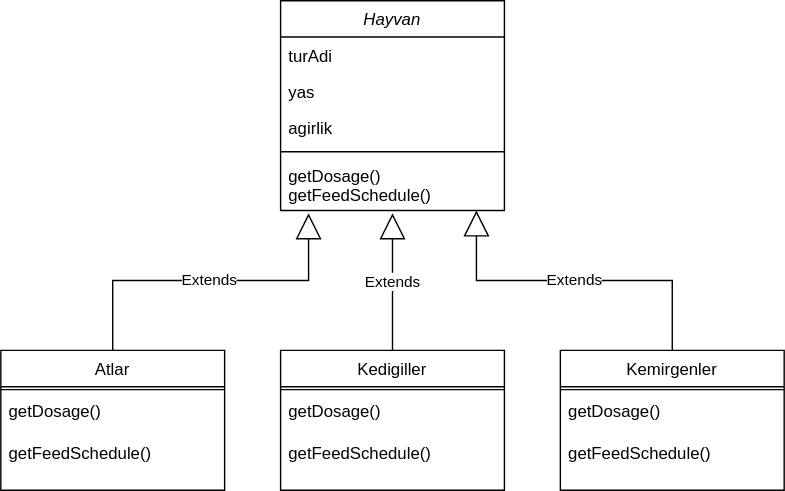
Before: Hayvanat-Bahcesi-Yonetimi.svg, a diagram exported from draw.io (ibrahimmohurlu/Patika-OOP). Source tidied: cells renumbered, new cells last; positions are measured from the earlier drawing's top-left corner, leaving out a move shared by most shapes.
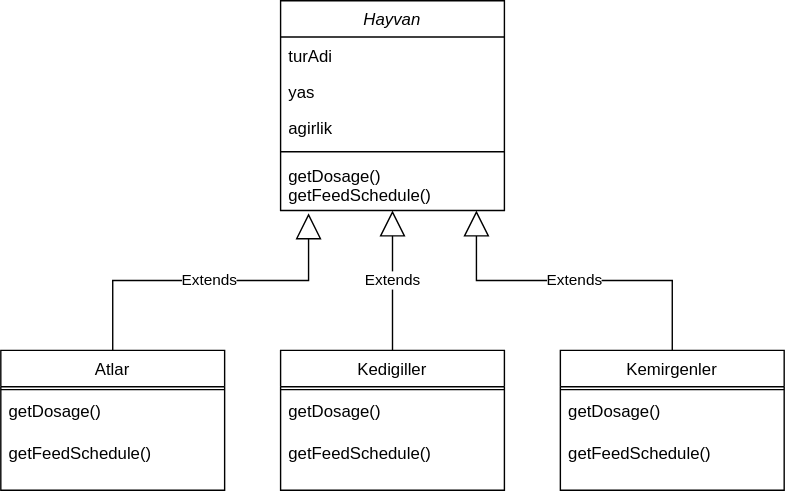
After the commit.

What changed in the source:
```diff
@@ -64,7 +64,7 @@
         </Array>
       </mxGeometry>
     </mxCell>
-    <mxCell id="21" value="Extends" style="endArrow=block;endSize=16;endFill=0;html=1;rounded=0;exitX=0.5;exitY=0;exitDx=0;exitDy=0;entryX=0.5;entryY=1.053;entryDx=0;entryDy=0;entryPerimeter=0;" parent="1" edge="1" source="16" target="7">
+    <mxCell id="21" value="Extends" style="endArrow=block;endSize=16;endFill=0;html=1;rounded=0;exitX=0.5;exitY=0;exitDx=0;exitDy=0;" parent="1" edge="1" source="16" target="7">
       <mxGeometry relative="1" as="geometry" />
     </mxCell>
     <mxCell id="22" value="Extends" style="endArrow=block;endSize=16;endFill=0;html=1;rounded=0;exitX=0.5;exitY=0;exitDx=0;exitDy=0;entryX=0.875;entryY=1;entryDx=0;entryDy=0;entryPerimeter=0;" parent="1" edge="1" source="12" target="7">
```
